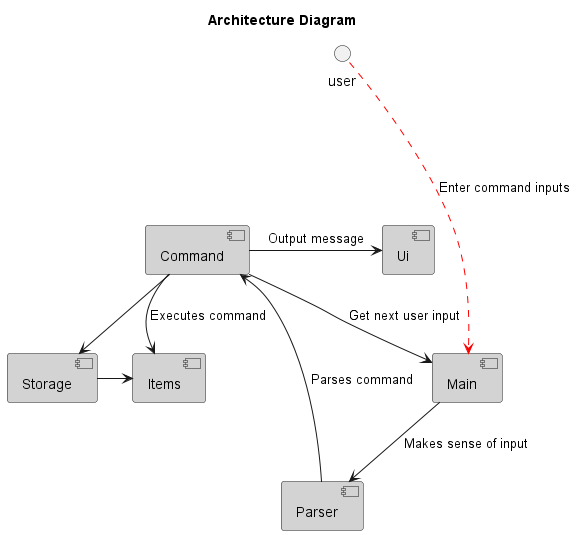
The PlantUML diagram docs/uml-diagrams/ArchitectureDiagram.png in rismm/tp, before a commit. Source of this version:
```plantuml
@startuml
title Architecture Diagram

skinparam component {
    BackgroundColor lightgrey
}

[Main]
[Parser]
[Command]
[Storage]
[Items]
[Ui]
interface "user"

user -[hidden]-- Command

Main --> Parser : Makes sense of input
Parser --> Command : Parses command
Command --> Items : Executes command
Command -> Ui : Output message
Command --> Main : Get next user input
Storage -> Items
Command --> Storage
user -[#red].> Main : Enter command inputs

@enduml
```
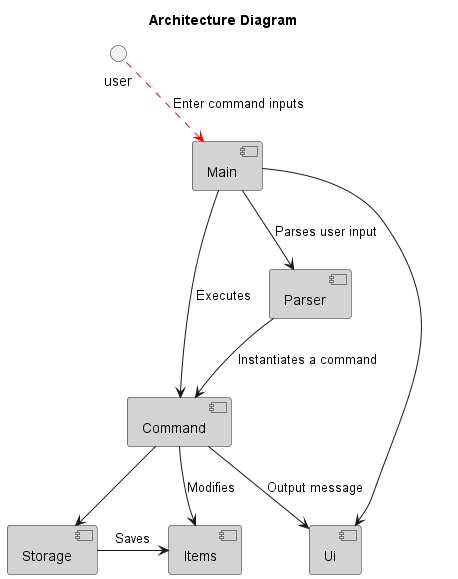
After the change.

Commit message:
Add architecture diagram to DG

Diff of the diagram source:
```diff
@@ -13,14 +13,15 @@
 [Ui]
 interface "user"
 
-user -[hidden]-- Command
+user -[hidden] Command
 
-Main --> Parser : Makes sense of input
-Parser --> Command : Parses command
-Command --> Items : Executes command
-Command -> Ui : Output message
-Command --> Main : Get next user input
-Storage -> Items
+Main --> Parser : Parses user input
+Main --> Command : Executes
+Main --> Ui
+Parser --> Command : Instantiates a command
+Command --> Items : Modifies
+Command --> Ui : Output message
+Storage -> Items : Saves
 Command --> Storage
 user -[#red].> Main : Enter command inputs
 
```
